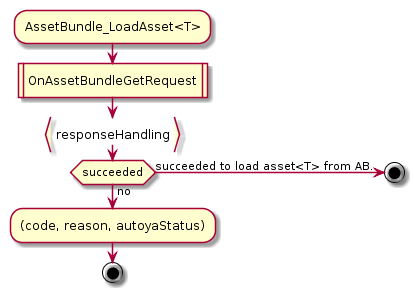
sassembla/Autoya keeps this PlantUML diagram as doc/images/api/assetbundle_load.png. Above is the earlier version.
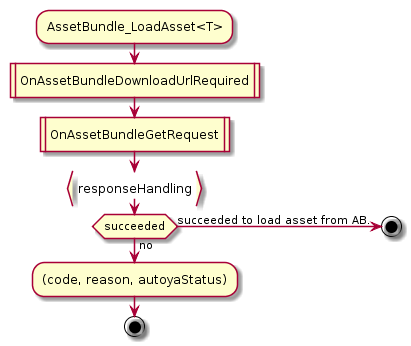
Above is the later version.

What changed in the source:
```diff
@@ -1,10 +1,14 @@
 @startuml
 :AssetBundle_LoadAsset<T>;
+
+:OnAssetBundleDownloadUrlRequired|
+
 :OnAssetBundleGetRequest|
+
 
 :responseHandling}
 if (succeeded) then (yes)
-    -> succeeded to load asset<T> from AB.;
+    -> succeeded to load asset from AB.;
     stop
 else (no)
     :(code, reason, autoyaStatus);
```
